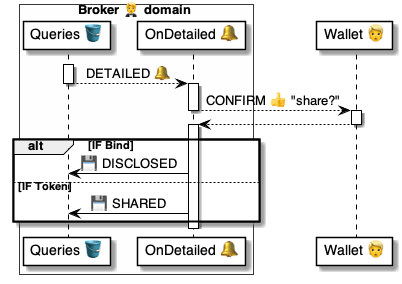
Before: 4 ⚙️ Solution/20 🧑‍🦰 UI/Brokers 🤵/🤵🪣 Broker tables/Queries 💼 table/🪣🧱 30 Matched 🔔 event/🤵 OnQueryMatched ⚙️ uml.png, a diagram exported from PlantUML (pollyweb-org/pollyweb-docs). Its source is kept beside it as 4 ⚙️ Solution/20 🧑‍🦰 UI/Brokers 🤵/🤵🪣 Broker tables/Queries 💼 table/🪣🧱 30 Matched 🔔 event/🤵 OnQueryMatched ⚙️ uml.puml.
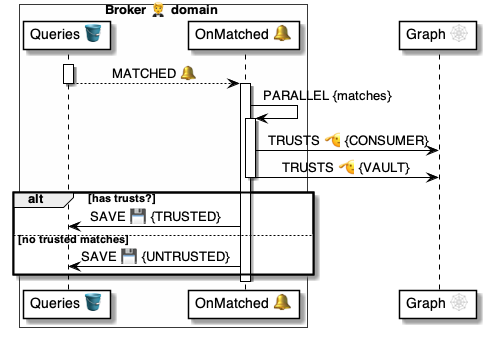
After the change.

What changed in the source:
```diff
@@ -1,30 +1,29 @@
-@startuml OnQueryDetailed
+@startuml OnQueryMatched
 
 box Broker 🤵 domain #FFFFFA
     participant "Queries 🪣" as table
-    participant "OnDetailed 🔔" as handler
+    participant "OnMatched 🔔" as handler
 end box
-participant "Wallet 👱" as wallet
-
+participant "Graph 🕸" as graph
 
 activate table
-    table --> handler: DETAILED 🔔
+    table --> handler: MATCHED 🔔
 deactivate table
 
 activate handler
-    handler --> wallet: CONFIRM 👍 "share?"
-deactivate handler
 
-activate wallet
-    wallet --> handler:
-deactivate wallet
+    handler -> handler: PARALLEL {matches}
+    activate handler
+        handler -> graph: TRUSTS 🫡 {CONSUMER}
+        handler -> graph: TRUSTS 🫡 {VAULT}
+    deactivate handler
 
-activate handler
-    alt IF Bind
-        handler -> table: 💾 DISCLOSED
-    else IF Token
-        handler -> table: 💾 SHARED
-    end
+    alt has trusts?
+        handler -> table: SAVE 💾 {TRUSTED}
+    else no trusted matches
+        handler -> table: SAVE 💾 {UNTRUSTED}
+    end alt
+
 deactivate handler
 
 @enduml
```
